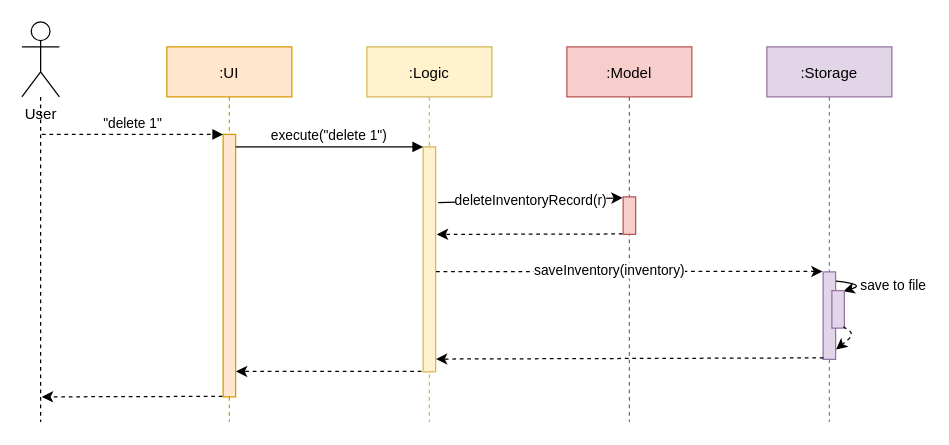
This is docs/diagrams/ArchitectureSequenceDiagram.drawio from nus-cs2103-AY2021S1/tp, a draw.io file, before an edit. Source tidied: cells renumbered, new cells numbered last; positions are measured from the earlier drawing's top-left corner, leaving out a move shared by most shapes. Both pictures are drawn from the tidied source at 125%, with x=0, y=0 at pixel (21, 21).
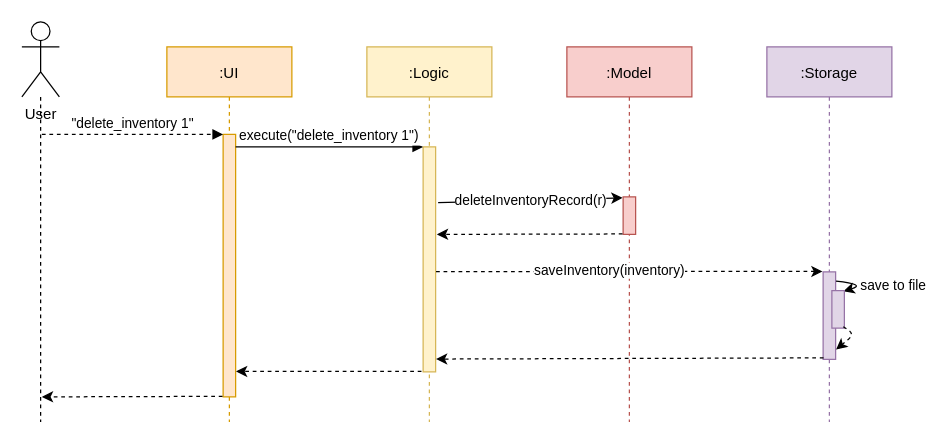
The same page after the edit.

Unchanged cells that the change refers to:
```xml
<mxCell id="3" style="points=[];perimeter=orthogonalPerimeter;rounded=0;shadow=0;strokeWidth=1;fillColor=#ffe6cc;strokeColor=#d79b00;" parent="2" vertex="1">
  <mxGeometry x="45" y="70" width="10" height="210" as="geometry" />
</mxCell>
<mxCell id="5" style="points=[];perimeter=orthogonalPerimeter;rounded=0;shadow=0;strokeWidth=1;fillColor=#fff2cc;strokeColor=#d6b656;" parent="4" vertex="1">
  <mxGeometry x="45" y="80" width="10" height="180" as="geometry" />
</mxCell>
```

Diff of the diagram source:
```diff
@@
-    <mxCell id="6" value="execute(&quot;delete 1&quot;)" style="verticalAlign=bottom;endArrow=block;entryX=0;entryY=0;shadow=0;strokeWidth=1;" parent="1" edge="1" source="3" target="5">
+    <mxCell id="6" value="execute(&quot;delete_inventory 1&quot;)" style="verticalAlign=bottom;endArrow=block;entryX=0;entryY=0;shadow=0;strokeWidth=1;" parent="1" edge="1" source="3" target="5">
       <mxGeometry relative="1" as="geometry" />
     </mxCell>
@@
-    <mxCell id="15" value="&quot;delete 1&quot;" style="verticalAlign=bottom;startArrow=none;endArrow=block;startSize=8;shadow=0;strokeWidth=1;startFill=0;dashed=1;" parent="1" edge="1" target="3">
+    <mxCell id="15" value="&quot;delete_inventory 1&quot;" style="verticalAlign=bottom;startArrow=none;endArrow=block;startSize=8;shadow=0;strokeWidth=1;startFill=0;dashed=1;" parent="1" edge="1" target="3">
       <mxGeometry relative="1" as="geometry">
         <mxPoint x="16" y="90" as="sourcePoint" />
         <Array as="points">
           <mxPoint x="116" y="90" />
         </Array>
       </mxGeometry>
     </mxCell>
```
